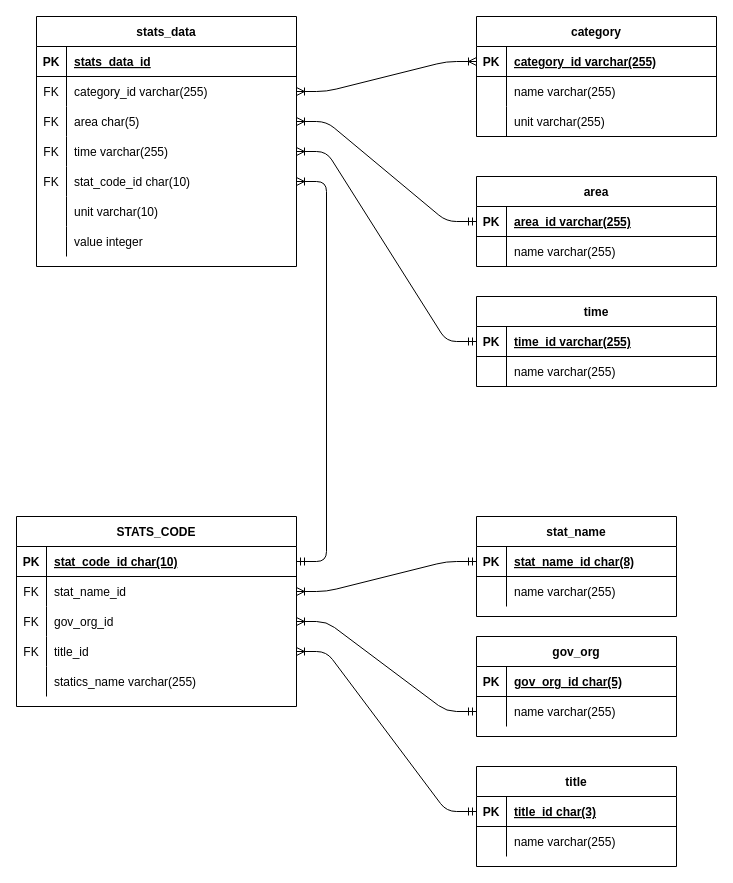
Earlier version of the draw.io diagram backend/db_er.drawio (cale-i/random-stat). Source tidied: cells renumbered, new cells numbered last; positions are measured from the earlier drawing's top-left corner, leaving out a move shared by most shapes. Both pictures are drawn from the tidied source at 100%, with x=0, y=0 at pixel (16, 16).
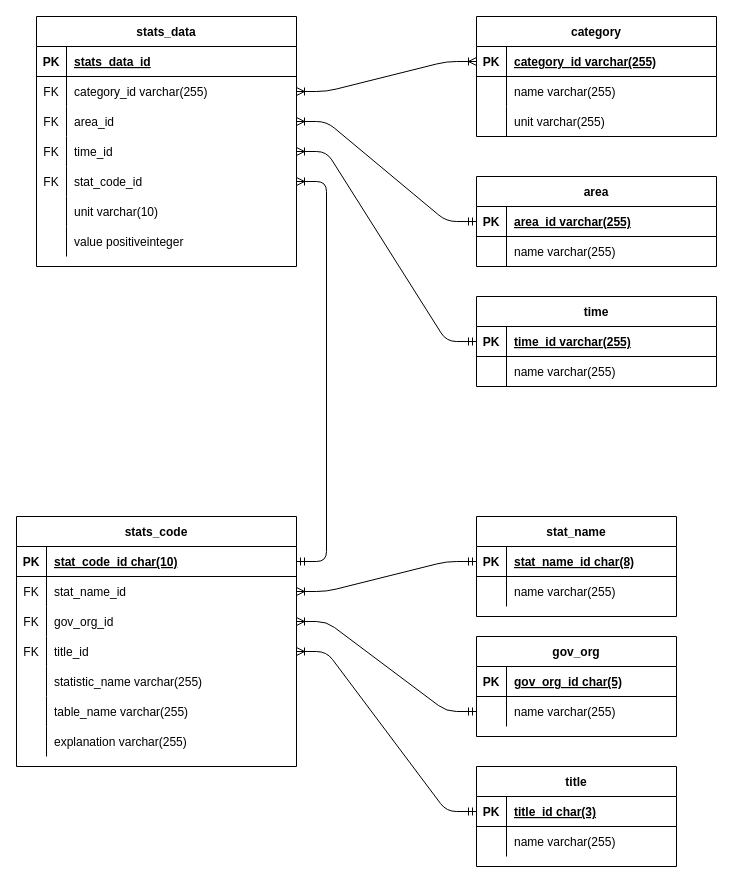
After the change.

Commit message (it also covers changes not shown here):
change table name

Unchanged cells that the change refers to:
```xml
<mxCell id="46" style="shape=partialRectangle;fillColor=none;top=0;left=0;bottom=0;right=0;points=[[0,0.5],[1,0.5]];portConstraint=eastwest;" parent="39" vertex="1">
  <mxGeometry y="90" width="260" height="30" as="geometry" />
</mxCell>
<mxCell id="49" style="shape=partialRectangle;fillColor=none;top=0;left=0;bottom=0;right=0;points=[[0,0.5],[1,0.5]];portConstraint=eastwest;" parent="39" vertex="1">
  <mxGeometry y="120" width="260" height="30" as="geometry" />
</mxCell>
<mxCell id="52" style="shape=partialRectangle;fillColor=none;top=0;left=0;bottom=0;right=0;points=[[0,0.5],[1,0.5]];portConstraint=eastwest;" parent="39" vertex="1">
  <mxGeometry y="150" width="260" height="30" as="geometry" />
</mxCell>
<mxCell id="58" style="shape=partialRectangle;fillColor=none;top=0;left=0;bottom=0;right=0;" parent="39" vertex="1">
  <mxGeometry y="210" width="260" height="30" as="geometry" />
</mxCell>
```

What changed in the source:
```diff
@@
-    <mxCell id="23" value="STATS_CODE" style="shape=table;startSize=30;childLayout=tableLayout;rowLines=0;fontStyle=1;align=center;" parent="1" vertex="1">
-      <mxGeometry y="500" width="280" height="190" as="geometry" />
+    <mxCell id="23" value="stats_code" style="shape=table;startSize=30;childLayout=tableLayout;rowLines=0;fontStyle=1;align=center;" parent="1" vertex="1">
+      <mxGeometry y="500" width="280" height="250" as="geometry" />
     </mxCell>
@@
+    <mxCell id="92" style="shape=partialRectangle;fillColor=none;top=0;left=0;bottom=0;right=0;" parent="23" vertex="1">
+      <mxGeometry y="150" width="280" height="30" as="geometry" />
+    </mxCell>
+    <mxCell id="93" style="shape=partialRectangle;fillColor=none;top=0;left=0;bottom=0;right=0;overflow=hidden;" parent="92" vertex="1">
+      <mxGeometry width="30" height="30" as="geometry" />
+    </mxCell>
+    <mxCell id="94" value="statistic_name varchar(255)" style="shape=partialRectangle;fillColor=none;top=0;left=0;bottom=0;right=0;align=left;spacingLeft=6;overflow=hidden;" parent="92" vertex="1">
+      <mxGeometry x="30" width="250" height="30" as="geometry" />
+    </mxCell>
     <mxCell id="36" style="shape=partialRectangle;fillColor=none;top=0;left=0;bottom=0;right=0;" parent="23" vertex="1">
-      <mxGeometry y="150" width="280" height="30" as="geometry" />
+      <mxGeometry y="180" width="280" height="30" as="geometry" />
     </mxCell>
@@
-    <mxCell id="38" value="statics_name varchar(255)" style="shape=partialRectangle;fillColor=none;top=0;left=0;bottom=0;right=0;align=left;spacingLeft=6;overflow=hidden;" parent="36" vertex="1">
+    <mxCell id="38" value="table_name varchar(255)" style="shape=partialRectangle;fillColor=none;top=0;left=0;bottom=0;right=0;align=left;spacingLeft=6;overflow=hidden;" parent="36" vertex="1">
       <mxGeometry x="30" width="250" height="30" as="geometry" />
     </mxCell>
+    <mxCell id="95" style="shape=partialRectangle;fillColor=none;top=0;left=0;bottom=0;right=0;" parent="23" vertex="1">
+      <mxGeometry y="210" width="280" height="30" as="geometry" />
+    </mxCell>
+    <mxCell id="96" style="shape=partialRectangle;fillColor=none;top=0;left=0;bottom=0;right=0;overflow=hidden;" parent="95" vertex="1">
+      <mxGeometry width="30" height="30" as="geometry" />
+    </mxCell>
+    <mxCell id="97" value="explanation varchar(255)" style="shape=partialRectangle;fillColor=none;top=0;left=0;bottom=0;right=0;align=left;spacingLeft=6;overflow=hidden;" parent="95" vertex="1">
+      <mxGeometry x="30" width="250" height="30" as="geometry" />
+    </mxCell>
@@
-    <mxCell id="48" value="area char(5)" style="shape=partialRectangle;fillColor=none;top=0;left=0;bottom=0;right=0;align=left;spacingLeft=6;overflow=hidden;" parent="46" vertex="1">
+    <mxCell id="48" value="area_id" style="shape=partialRectangle;fillColor=none;top=0;left=0;bottom=0;right=0;align=left;spacingLeft=6;overflow=hidden;" parent="46" vertex="1">
       <mxGeometry x="30" width="230" height="30" as="geometry" />
     </mxCell>
@@
-    <mxCell id="51" value="time varchar(255)" style="shape=partialRectangle;fillColor=none;top=0;left=0;bottom=0;right=0;align=left;spacingLeft=6;overflow=hidden;" parent="49" vertex="1">
+    <mxCell id="51" value="time_id" style="shape=partialRectangle;fillColor=none;top=0;left=0;bottom=0;right=0;align=left;spacingLeft=6;overflow=hidden;" parent="49" vertex="1">
       <mxGeometry x="30" width="230" height="30" as="geometry" />
     </mxCell>
@@
-    <mxCell id="54" value="stat_code_id char(10)" style="shape=partialRectangle;fillColor=none;top=0;left=0;bottom=0;right=0;align=left;spacingLeft=6;overflow=hidden;" parent="52" vertex="1">
+    <mxCell id="54" value="stat_code_id" style="shape=partialRectangle;fillColor=none;top=0;left=0;bottom=0;right=0;align=left;spacingLeft=6;overflow=hidden;" parent="52" vertex="1">
       <mxGeometry x="30" width="230" height="30" as="geometry" />
     </mxCell>
@@
-    <mxCell id="60" value="value integer" style="shape=partialRectangle;fillColor=none;top=0;left=0;bottom=0;right=0;align=left;spacingLeft=6;overflow=hidden;" parent="58" vertex="1">
+    <mxCell id="60" value="value positiveinteger" style="shape=partialRectangle;fillColor=none;top=0;left=0;bottom=0;right=0;align=left;spacingLeft=6;overflow=hidden;" parent="58" vertex="1">
       <mxGeometry x="30" width="230" height="30" as="geometry" />
     </mxCell>
```
